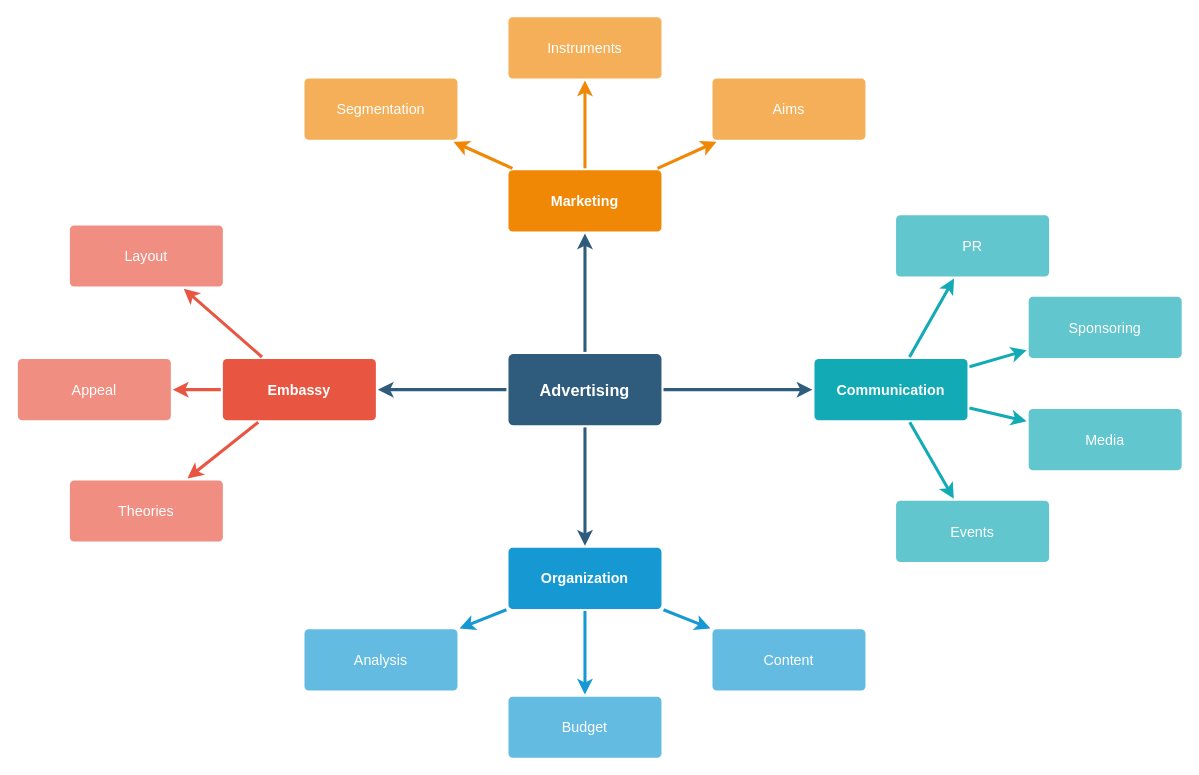
This is Diagram bez tytułu.drawio from JanKaczmarski/diagrams, a draw.io file, before an edit. Source tidied: cells renumbered, new cells numbered last; positions are measured from the earlier drawing's top-left corner, leaving out a move shared by most shapes. Both pictures are drawn from the tidied source at 102%, with x=0, y=0 at pixel (17, 16).
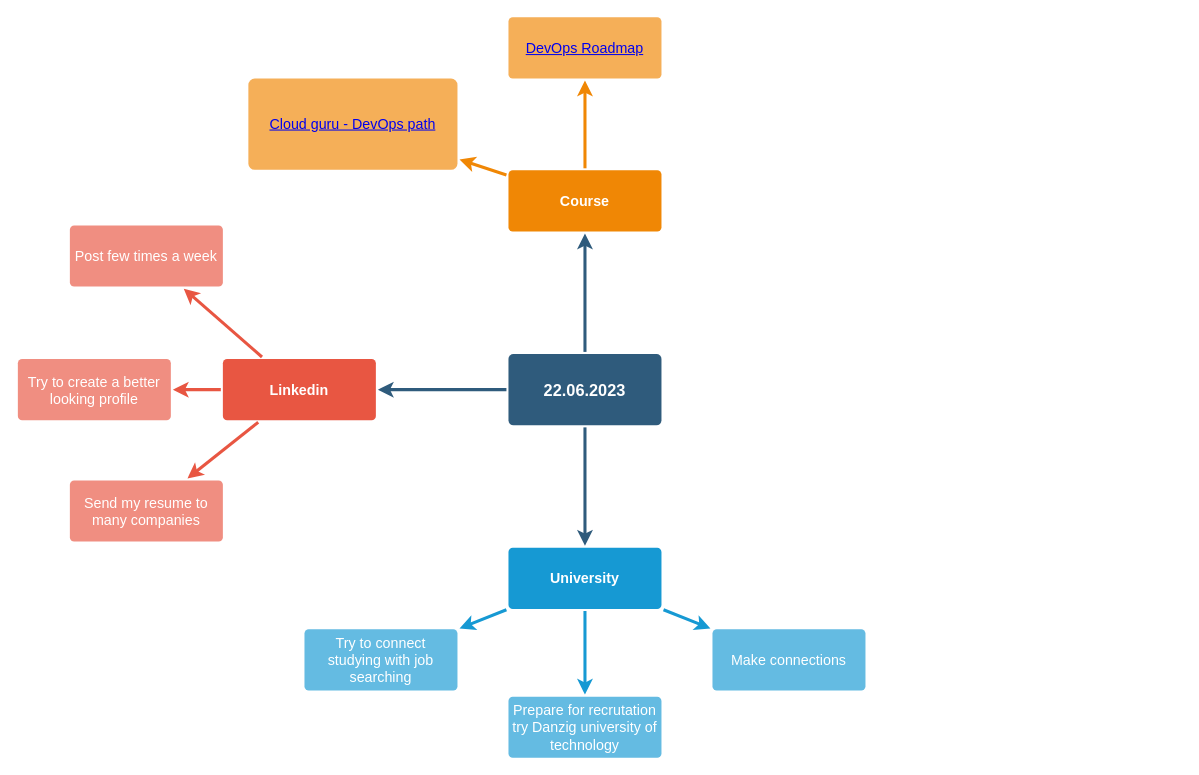
The same page after the edit.

The edit, as a diff of the source:
```diff
@@
-    <mxCell id="3" style="edgeStyle=none;rounded=0;jumpStyle=none;html=1;shadow=0;labelBackgroundColor=none;startArrow=none;startFill=0;endArrow=classic;endFill=1;jettySize=auto;strokeColor=#2F5B7C;strokeWidth=3;fontFamily=Helvetica;fontSize=16;fontColor=#23445D;spacing=5;" parent="1" edge="1" source="6" target="28">
-      <mxGeometry relative="1" as="geometry" />
-    </mxCell>
@@
-    <mxCell id="6" value="Advertising" style="rounded=1;whiteSpace=wrap;html=1;shadow=0;labelBackgroundColor=none;strokeColor=none;strokeWidth=3;fillColor=#2F5B7C;fontFamily=Helvetica;fontSize=16;fontColor=#FFFFFF;align=center;fontStyle=1;spacing=5;arcSize=7;perimeterSpacing=2;" parent="1" vertex="1">
+    <mxCell id="6" value="22.06.2023&lt;br&gt;" style="rounded=1;whiteSpace=wrap;html=1;shadow=0;labelBackgroundColor=none;strokeColor=none;strokeWidth=3;fillColor=#2F5B7C;fontFamily=Helvetica;fontSize=16;fontColor=#FFFFFF;align=center;fontStyle=1;spacing=5;arcSize=7;perimeterSpacing=2;" parent="1" vertex="1">
       <mxGeometry x="481" y="330.5" width="150" height="70" as="geometry" />
     </mxCell>
@@
-    <mxCell id="10" value="Embassy" style="rounded=1;whiteSpace=wrap;html=1;shadow=0;labelBackgroundColor=none;strokeColor=none;strokeWidth=3;fillColor=#e85642;fontFamily=Helvetica;fontSize=14;fontColor=#FFFFFF;align=center;spacing=5;fontStyle=1;arcSize=7;perimeterSpacing=2;" parent="1" vertex="1">
+    <mxCell id="10" value="Linkedin" style="rounded=1;whiteSpace=wrap;html=1;shadow=0;labelBackgroundColor=none;strokeColor=none;strokeWidth=3;fillColor=#e85642;fontFamily=Helvetica;fontSize=14;fontColor=#FFFFFF;align=center;spacing=5;fontStyle=1;arcSize=7;perimeterSpacing=2;" parent="1" vertex="1">
       <mxGeometry x="201" y="335.5" width="150" height="60" as="geometry" />
     </mxCell>
-    <mxCell id="11" value="Theories" style="rounded=1;whiteSpace=wrap;html=1;shadow=0;labelBackgroundColor=none;strokeColor=none;strokeWidth=3;fillColor=#f08e81;fontFamily=Helvetica;fontSize=14;fontColor=#FFFFFF;align=center;spacing=5;fontStyle=0;arcSize=7;perimeterSpacing=2;" parent="1" vertex="1">
+    <mxCell id="11" value="Send my resume to many companies" style="rounded=1;whiteSpace=wrap;html=1;shadow=0;labelBackgroundColor=none;strokeColor=none;strokeWidth=3;fillColor=#f08e81;fontFamily=Helvetica;fontSize=14;fontColor=#FFFFFF;align=center;spacing=5;fontStyle=0;arcSize=7;perimeterSpacing=2;" parent="1" vertex="1">
       <mxGeometry x="51" y="454.5" width="150" height="60" as="geometry" />
     </mxCell>
-    <mxCell id="12" value="Appeal" style="rounded=1;whiteSpace=wrap;html=1;shadow=0;labelBackgroundColor=none;strokeColor=none;strokeWidth=3;fillColor=#f08e81;fontFamily=Helvetica;fontSize=14;fontColor=#FFFFFF;align=center;spacing=5;fontStyle=0;arcSize=7;perimeterSpacing=2;" parent="1" vertex="1">
+    <mxCell id="12" value="Try to create a better looking profile" style="rounded=1;whiteSpace=wrap;html=1;shadow=0;labelBackgroundColor=none;strokeColor=none;strokeWidth=3;fillColor=#f08e81;fontFamily=Helvetica;fontSize=14;fontColor=#FFFFFF;align=center;spacing=5;fontStyle=0;arcSize=7;perimeterSpacing=2;" parent="1" vertex="1">
       <mxGeometry y="335.5" width="150" height="60" as="geometry" />
     </mxCell>
-    <mxCell id="13" value="Layout" style="rounded=1;whiteSpace=wrap;html=1;shadow=0;labelBackgroundColor=none;strokeColor=none;strokeWidth=3;fillColor=#f08e81;fontFamily=Helvetica;fontSize=14;fontColor=#FFFFFF;align=center;spacing=5;fontStyle=0;arcSize=7;perimeterSpacing=2;" parent="1" vertex="1">
+    <mxCell id="13" value="Post few times a week" style="rounded=1;whiteSpace=wrap;html=1;shadow=0;labelBackgroundColor=none;strokeColor=none;strokeWidth=3;fillColor=#f08e81;fontFamily=Helvetica;fontSize=14;fontColor=#FFFFFF;align=center;spacing=5;fontStyle=0;arcSize=7;perimeterSpacing=2;" parent="1" vertex="1">
       <mxGeometry x="51" y="204.5" width="150" height="60" as="geometry" />
     </mxCell>
@@
-    <mxCell id="17" value="Organization" style="rounded=1;whiteSpace=wrap;html=1;shadow=0;labelBackgroundColor=none;strokeColor=none;strokeWidth=3;fillColor=#1699d3;fontFamily=Helvetica;fontSize=14;fontColor=#FFFFFF;align=center;spacing=5;fontStyle=1;arcSize=7;perimeterSpacing=2;" parent="1" vertex="1">
+    <mxCell id="17" value="University" style="rounded=1;whiteSpace=wrap;html=1;shadow=0;labelBackgroundColor=none;strokeColor=none;strokeWidth=3;fillColor=#1699d3;fontFamily=Helvetica;fontSize=14;fontColor=#FFFFFF;align=center;spacing=5;fontStyle=1;arcSize=7;perimeterSpacing=2;" parent="1" vertex="1">
       <mxGeometry x="481" y="520.5" width="150" height="60" as="geometry" />
     </mxCell>
-    <mxCell id="18" value="Content" style="rounded=1;whiteSpace=wrap;html=1;shadow=0;labelBackgroundColor=none;strokeColor=none;strokeWidth=3;fillColor=#64bbe2;fontFamily=Helvetica;fontSize=14;fontColor=#FFFFFF;align=center;spacing=5;arcSize=7;perimeterSpacing=2;" parent="1" vertex="1">
+    <mxCell id="18" value="Make connections" style="rounded=1;whiteSpace=wrap;html=1;shadow=0;labelBackgroundColor=none;strokeColor=none;strokeWidth=3;fillColor=#64bbe2;fontFamily=Helvetica;fontSize=14;fontColor=#FFFFFF;align=center;spacing=5;arcSize=7;perimeterSpacing=2;" parent="1" vertex="1">
       <mxGeometry x="681" y="600.5" width="150" height="60" as="geometry" />
     </mxCell>
-    <mxCell id="19" value="Budget" style="rounded=1;whiteSpace=wrap;html=1;shadow=0;labelBackgroundColor=none;strokeColor=none;strokeWidth=3;fillColor=#64bbe2;fontFamily=Helvetica;fontSize=14;fontColor=#FFFFFF;align=center;spacing=5;arcSize=7;perimeterSpacing=2;" parent="1" vertex="1">
+    <mxCell id="19" value="Prepare for recrutation try Danzig university of technology" style="rounded=1;whiteSpace=wrap;html=1;shadow=0;labelBackgroundColor=none;strokeColor=none;strokeWidth=3;fillColor=#64bbe2;fontFamily=Helvetica;fontSize=14;fontColor=#FFFFFF;align=center;spacing=5;arcSize=7;perimeterSpacing=2;" parent="1" vertex="1">
       <mxGeometry x="481" y="666.5" width="150" height="60" as="geometry" />
     </mxCell>
-    <mxCell id="20" value="Analysis" style="rounded=1;whiteSpace=wrap;html=1;shadow=0;labelBackgroundColor=none;strokeColor=none;strokeWidth=3;fillColor=#64bbe2;fontFamily=Helvetica;fontSize=14;fontColor=#FFFFFF;align=center;spacing=5;arcSize=7;perimeterSpacing=2;" parent="1" vertex="1">
+    <mxCell id="20" value="Try to connect studying with job searching&lt;br&gt;" style="rounded=1;whiteSpace=wrap;html=1;shadow=0;labelBackgroundColor=none;strokeColor=none;strokeWidth=3;fillColor=#64bbe2;fontFamily=Helvetica;fontSize=14;fontColor=#FFFFFF;align=center;spacing=5;arcSize=7;perimeterSpacing=2;" parent="1" vertex="1">
       <mxGeometry x="281" y="600.5" width="150" height="60" as="geometry" />
     </mxCell>
-    <mxCell id="21" value="Marketing" style="rounded=1;whiteSpace=wrap;html=1;shadow=0;labelBackgroundColor=none;strokeColor=none;strokeWidth=3;fillColor=#F08705;fontFamily=Helvetica;fontSize=14;fontColor=#FFFFFF;align=center;spacing=5;fontStyle=1;arcSize=7;perimeterSpacing=2;" parent="1" vertex="1">
+    <mxCell id="21" value="Course" style="rounded=1;whiteSpace=wrap;html=1;shadow=0;labelBackgroundColor=none;strokeColor=none;strokeWidth=3;fillColor=#F08705;fontFamily=Helvetica;fontSize=14;fontColor=#FFFFFF;align=center;spacing=5;fontStyle=1;arcSize=7;perimeterSpacing=2;" parent="1" vertex="1">
       <mxGeometry x="481" y="150.5" width="150" height="60" as="geometry" />
     </mxCell>
-    <mxCell id="22" value="Aims&lt;br&gt;" style="rounded=1;whiteSpace=wrap;html=1;shadow=0;labelBackgroundColor=none;strokeColor=none;strokeWidth=3;fillColor=#f5af58;fontFamily=Helvetica;fontSize=14;fontColor=#FFFFFF;align=center;spacing=5;arcSize=7;perimeterSpacing=2;" parent="1" vertex="1">
-      <mxGeometry x="681" y="60.5" width="150" height="60" as="geometry" />
-    </mxCell>
-    <mxCell id="23" style="edgeStyle=none;rounded=0;jumpStyle=none;html=1;shadow=0;labelBackgroundColor=none;startArrow=none;startFill=0;endArrow=classic;endFill=1;jettySize=auto;strokeColor=#F08705;strokeWidth=3;fontFamily=Helvetica;fontSize=14;fontColor=#FFFFFF;spacing=5;" parent="1" edge="1" source="21" target="22">
-      <mxGeometry relative="1" as="geometry" />
-    </mxCell>
-    <mxCell id="24" value="Instruments" style="rounded=1;whiteSpace=wrap;html=1;shadow=0;labelBackgroundColor=none;strokeColor=none;strokeWidth=3;fillColor=#f5af58;fontFamily=Helvetica;fontSize=14;fontColor=#FFFFFF;align=center;spacing=5;arcSize=7;perimeterSpacing=2;" parent="1" vertex="1">
+    <mxCell id="24" value="&lt;a href=&quot;https://roadmap.sh/devops&quot;&gt;DevOps Roadmap&lt;/a&gt;" style="rounded=1;whiteSpace=wrap;html=1;shadow=0;labelBackgroundColor=none;strokeColor=none;strokeWidth=3;fillColor=#f5af58;fontFamily=Helvetica;fontSize=14;fontColor=#FFFFFF;align=center;spacing=5;arcSize=7;perimeterSpacing=2;" parent="1" vertex="1">
       <mxGeometry x="481" y="0.5" width="150" height="60" as="geometry" />
     </mxCell>
@@
-    <mxCell id="26" value="Segmentation" style="rounded=1;whiteSpace=wrap;html=1;shadow=0;labelBackgroundColor=none;strokeColor=none;strokeWidth=3;fillColor=#f5af58;fontFamily=Helvetica;fontSize=14;fontColor=#FFFFFF;align=center;spacing=5;arcSize=7;perimeterSpacing=2;" parent="1" vertex="1">
-      <mxGeometry x="281" y="60.5" width="150" height="60" as="geometry" />
+    <mxCell id="26" value="&lt;a href=&quot;https://learn.acloud.guru/learning-path/cloud-adjacent-devops&quot;&gt;Cloud guru - DevOps path&lt;/a&gt;" style="rounded=1;whiteSpace=wrap;html=1;shadow=0;labelBackgroundColor=none;strokeColor=none;strokeWidth=3;fillColor=#f5af58;fontFamily=Helvetica;fontSize=14;fontColor=#FFFFFF;align=center;spacing=5;arcSize=7;perimeterSpacing=2;" parent="1" vertex="1">
+      <mxGeometry x="226" y="60.5" width="205" height="89.5" as="geometry" />
     </mxCell>
@@
-    <mxCell id="28" value="Communication" style="rounded=1;whiteSpace=wrap;html=1;shadow=0;labelBackgroundColor=none;strokeColor=none;strokeWidth=3;fillColor=#12aab5;fontFamily=Helvetica;fontSize=14;fontColor=#FFFFFF;align=center;spacing=5;fontStyle=1;arcSize=7;perimeterSpacing=2;" parent="1" vertex="1">
-      <mxGeometry x="781" y="335.5" width="150" height="60" as="geometry" />
-    </mxCell>
-    <mxCell id="29" value="Events" style="rounded=1;whiteSpace=wrap;html=1;shadow=0;labelBackgroundColor=none;strokeColor=none;strokeWidth=3;fillColor=#61c6ce;fontFamily=Helvetica;fontSize=14;fontColor=#FFFFFF;align=center;spacing=5;fontStyle=0;arcSize=7;perimeterSpacing=2;" parent="1" vertex="1">
-      <mxGeometry x="861" y="474.5" width="150" height="60" as="geometry" />
-    </mxCell>
-    <mxCell id="30" style="edgeStyle=none;rounded=1;jumpStyle=none;html=1;shadow=0;labelBackgroundColor=none;startArrow=none;startFill=0;jettySize=auto;strokeColor=#12AAB5;strokeWidth=3;fontFamily=Helvetica;fontSize=14;fontColor=#FFFFFF;spacing=5;fontStyle=1;fillColor=#b0e3e6;" parent="1" edge="1" source="28" target="29">
-      <mxGeometry relative="1" as="geometry" />
-    </mxCell>
-    <mxCell id="31" value="Media" style="rounded=1;whiteSpace=wrap;html=1;shadow=0;labelBackgroundColor=none;strokeColor=none;strokeWidth=3;fillColor=#61c6ce;fontFamily=Helvetica;fontSize=14;fontColor=#FFFFFF;align=center;spacing=5;fontStyle=0;arcSize=7;perimeterSpacing=2;" parent="1" vertex="1">
-      <mxGeometry x="991" y="384.5" width="150" height="60" as="geometry" />
-    </mxCell>
-    <mxCell id="32" style="edgeStyle=none;rounded=1;jumpStyle=none;html=1;shadow=0;labelBackgroundColor=none;startArrow=none;startFill=0;jettySize=auto;strokeColor=#12AAB5;strokeWidth=3;fontFamily=Helvetica;fontSize=14;fontColor=#FFFFFF;spacing=5;fontStyle=1;fillColor=#b0e3e6;" parent="1" edge="1" source="28" target="31">
-      <mxGeometry relative="1" as="geometry" />
-    </mxCell>
-    <mxCell id="33" value="Sponsoring" style="rounded=1;whiteSpace=wrap;html=1;shadow=0;labelBackgroundColor=none;strokeColor=none;strokeWidth=3;fillColor=#61c6ce;fontFamily=Helvetica;fontSize=14;fontColor=#FFFFFF;align=center;spacing=5;fontStyle=0;arcSize=7;perimeterSpacing=2;" parent="1" vertex="1">
-      <mxGeometry x="991" y="274.5" width="150" height="60" as="geometry" />
-    </mxCell>
-    <mxCell id="34" style="edgeStyle=none;rounded=1;jumpStyle=none;html=1;shadow=0;labelBackgroundColor=none;startArrow=none;startFill=0;jettySize=auto;strokeColor=#12AAB5;strokeWidth=3;fontFamily=Helvetica;fontSize=14;fontColor=#FFFFFF;spacing=5;fontStyle=1;fillColor=#b0e3e6;" parent="1" edge="1" source="28" target="33">
-      <mxGeometry relative="1" as="geometry" />
-    </mxCell>
-    <mxCell id="35" value="PR" style="rounded=1;whiteSpace=wrap;html=1;shadow=0;labelBackgroundColor=none;strokeColor=none;strokeWidth=3;fillColor=#61c6ce;fontFamily=Helvetica;fontSize=14;fontColor=#FFFFFF;align=center;spacing=5;fontStyle=0;arcSize=7;perimeterSpacing=2;" parent="1" vertex="1">
-      <mxGeometry x="861" y="194.5" width="150" height="60" as="geometry" />
-    </mxCell>
-    <mxCell id="36" style="edgeStyle=none;rounded=1;jumpStyle=none;html=1;shadow=0;labelBackgroundColor=none;startArrow=none;startFill=0;jettySize=auto;strokeColor=#12AAB5;strokeWidth=3;fontFamily=Helvetica;fontSize=14;fontColor=#FFFFFF;spacing=5;fontStyle=1;fillColor=#b0e3e6;" parent="1" edge="1" source="28" target="35">
-      <mxGeometry relative="1" as="geometry" />
-    </mxCell>
```
